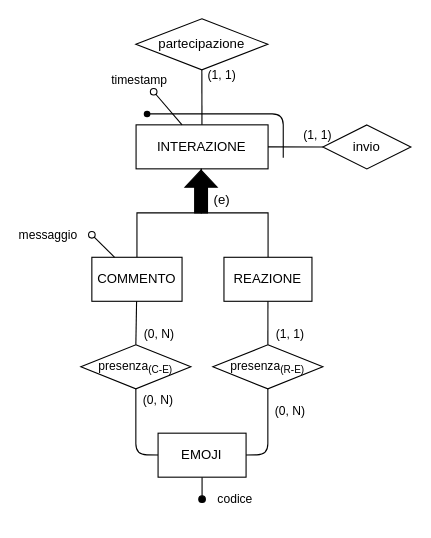
This is Progetto Esame - DBSperimentazioni A.A. 2023-2024/Diagrammi/generalizzazioni/2.3.2.3_gen_3a_cor.drawio from Mattron2000/Basi_di_dati, a draw.io file, before an edit. Source tidied: cells renumbered, new cells numbered last; positions are measured from the earlier drawing's top-left corner, leaving out a move shared by most shapes. Both pictures are drawn from the tidied source at 110%, with x=0, y=0 at pixel (80, 19).
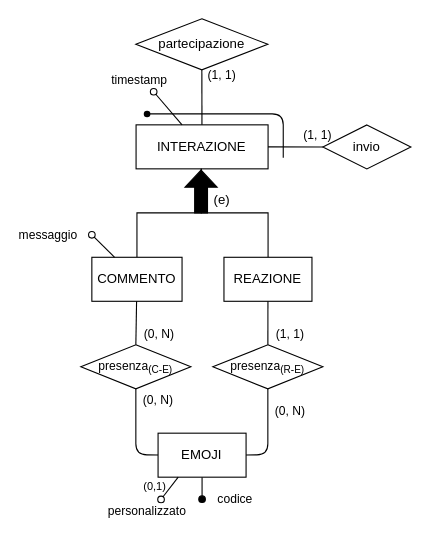
After the change.

Unchanged cells that the change refers to:
```xml
<mxCell id="10" value="EMOJI" style="whiteSpace=wrap;html=1;rounded=0;" parent="1" vertex="1">
  <mxGeometry x="70.2" y="376.3" width="80" height="40" as="geometry" />
</mxCell>
```

The edit, as a diff of the source:
```diff
@@
+    <mxCell id="30" style="edgeStyle=none;shape=connector;rounded=1;fillStyle=auto;html=1;labelBackgroundColor=default;strokeColor=default;strokeWidth=1;fontFamily=Helvetica;fontSize=11;fontColor=default;endArrow=none;endFill=0;startSize=6;endSize=6;fillColor=#000000;startArrow=oval;startFill=0;entryX=0.229;entryY=0.998;entryDx=0;entryDy=0;entryPerimeter=0;" parent="1" edge="1" target="10">
+      <mxGeometry relative="1" as="geometry">
+        <mxPoint x="72.9" y="436.5" as="sourcePoint" />
+      </mxGeometry>
+    </mxCell>
+    <mxCell id="31" value="personalizzato" style="edgeLabel;html=1;align=center;verticalAlign=middle;fontSize=11;fontFamily=Helvetica;fontColor=default;" parent="30" vertex="1">
+      <mxGeometry x="-0.26" y="1" relative="1" as="geometry">
+        <mxPoint x="-18" y="18" as="offset" />
+      </mxGeometry>
+    </mxCell>
+    <mxCell id="32" value="&lt;font style=&quot;font-size: 10px;&quot;&gt;(0,1)&lt;/font&gt;" style="text;html=1;align=center;verticalAlign=middle;strokeColor=none;fillColor=none;fontSize=12;" parent="1" vertex="1">
+      <mxGeometry x="46.6" y="409" width="40" height="30" as="geometry" />
+    </mxCell>
```
